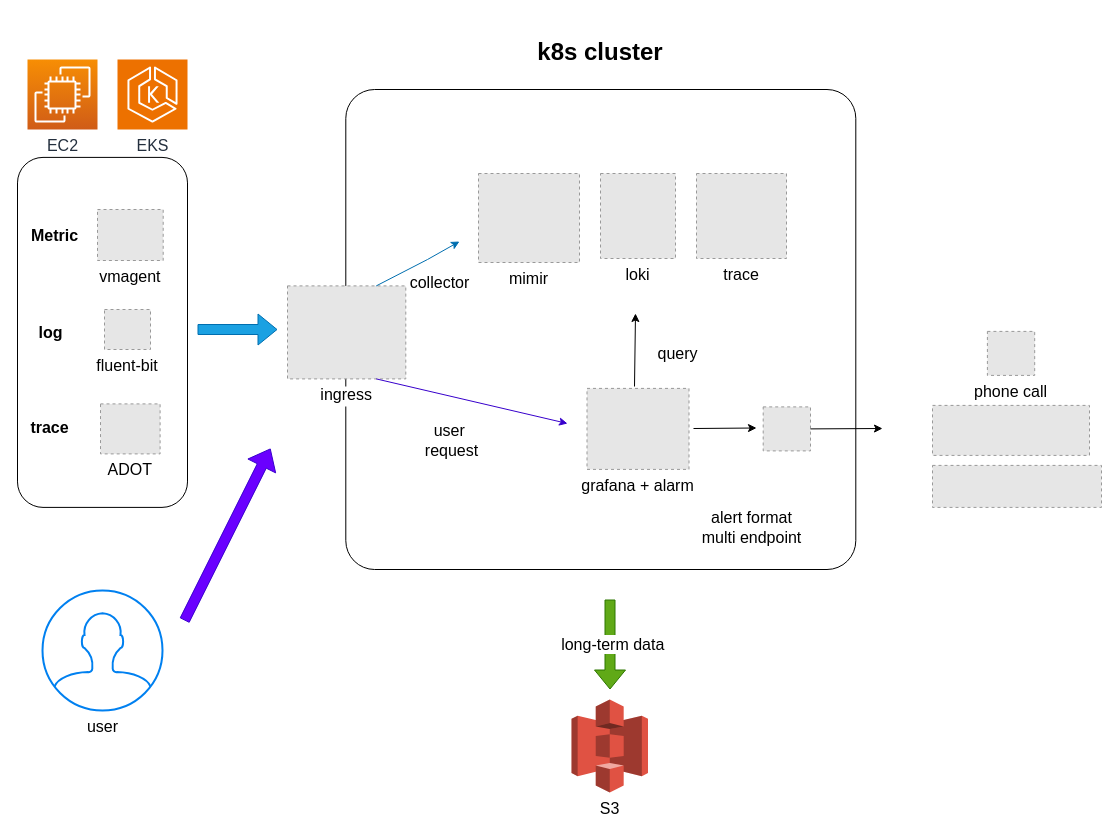
The draw.io diagram content/docs/projects/grafana_observability_system/images/atchitecture.drawio in owan-io1992/blog, before the edit. Source tidied: cells renumbered, new cells numbered last; positions are measured from the earlier drawing's top-left corner, leaving out a move shared by most shapes. Both pictures are drawn from the tidied source at 100%, with x=0, y=0 at pixel (17, 59). Pictures stored in the file or linked from it are replaced by grey dashed boxes.
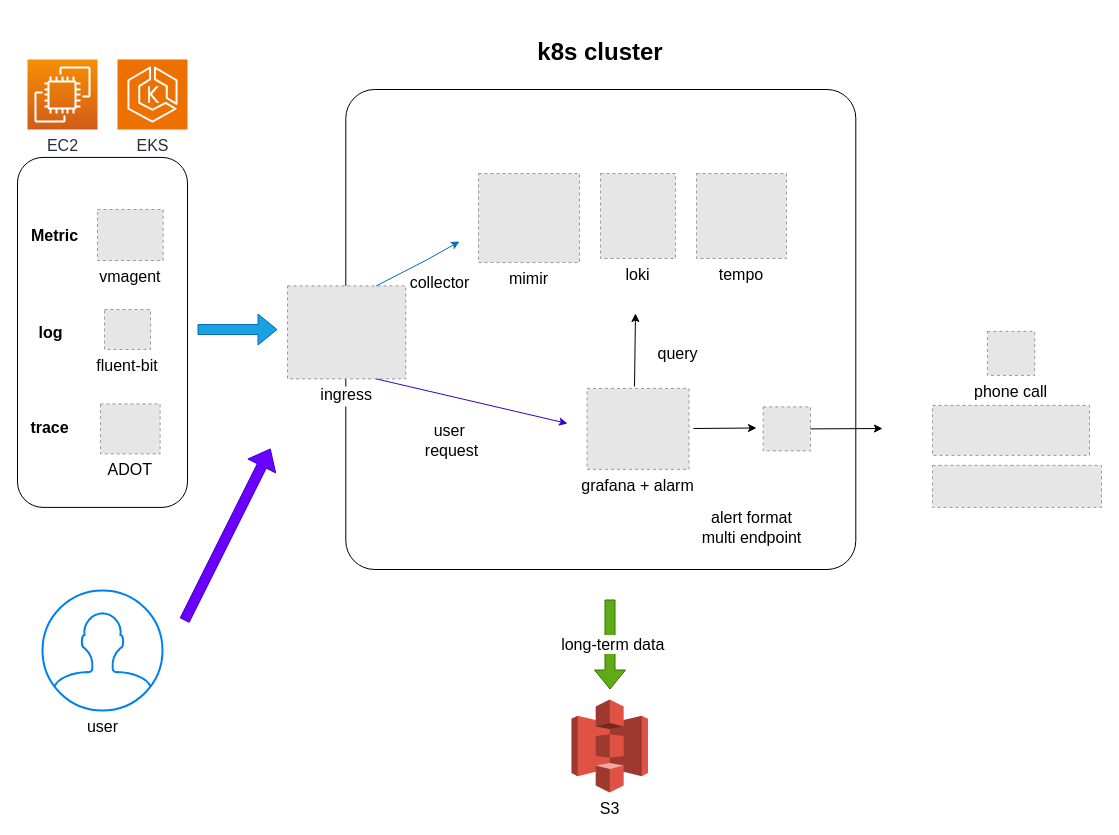
Above is the later version.

Change to the diagram source:
```diff
@@
-    <mxCell id="33" value="trace" style="fillColor=#E6E6E6;strokeColor=#999999;dashed=1;verticalLabelPosition=bottom;labelBackgroundColor=default;verticalAlign=top;fontSize=16;" parent="1" vertex="1">
+    <mxCell id="33" value="tempo" style="fillColor=#E6E6E6;strokeColor=#999999;dashed=1;verticalLabelPosition=bottom;labelBackgroundColor=default;verticalAlign=top;fontSize=16;" parent="1" vertex="1">
       <mxGeometry x="679" y="114" width="90" height="85" as="geometry" />
     </mxCell>
```
